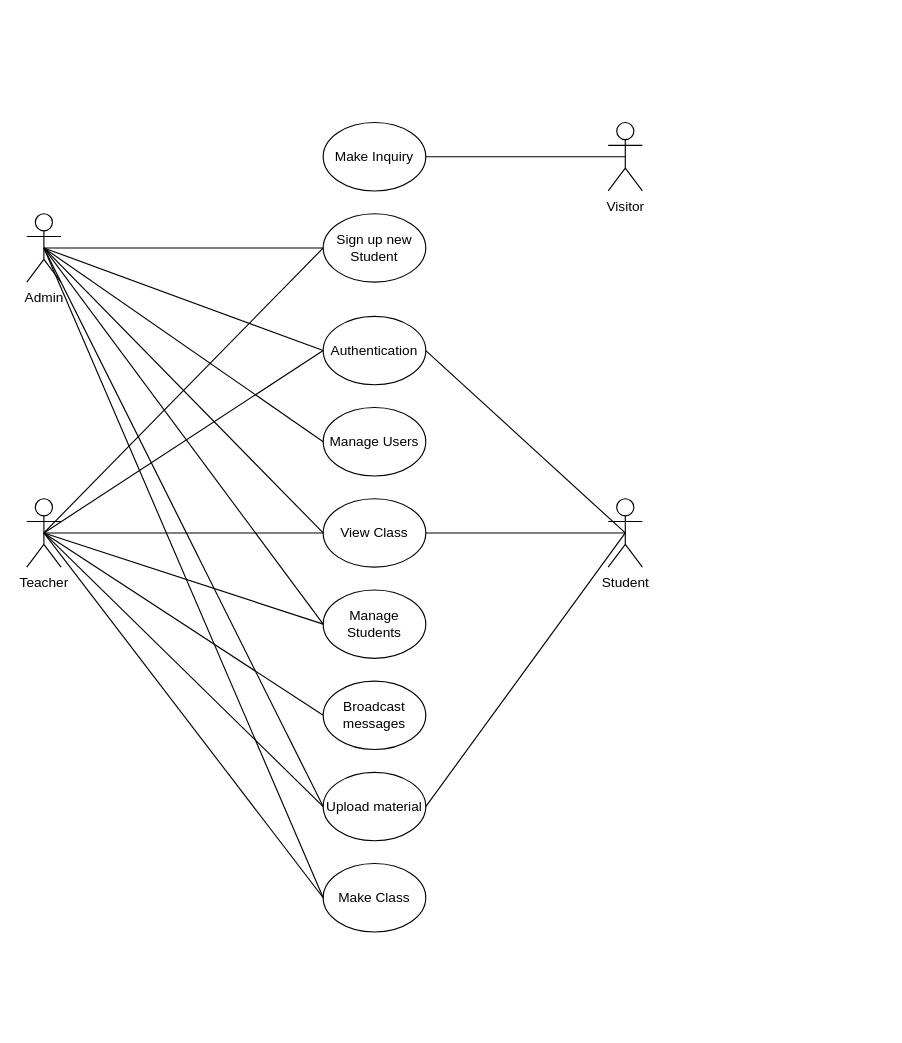
akshayvijaynair/music-academy-docs keeps this draw.io diagram as docs/assets/Use Case.drawio. Above is the earlier version. Source tidied: cells renumbered, new cells numbered last; positions are measured from the earlier drawing's top-left corner, leaving out a move shared by most shapes. Both pictures are drawn from the tidied source at 114%, with x=0, y=0 at pixel (26, 122).
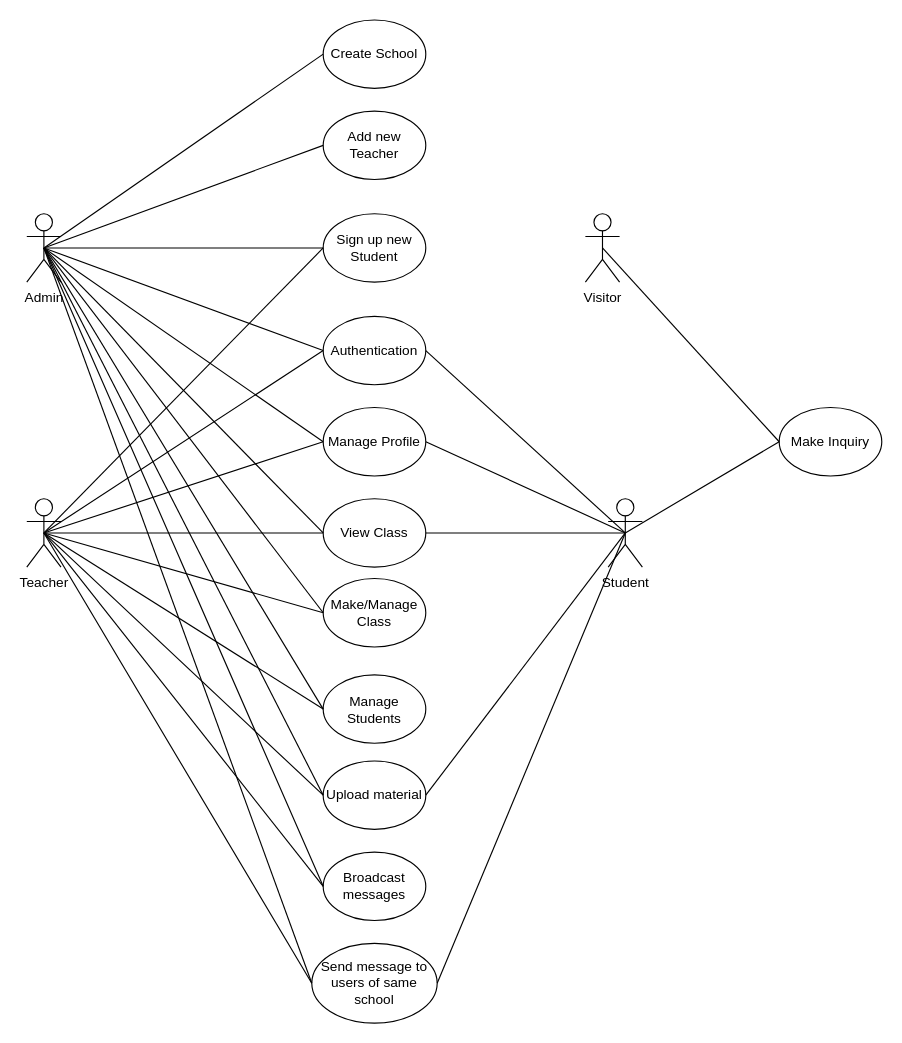
After the change.

Unchanged cells that the change refers to:
```xml
<mxCell id="7" value="Admin" style="shape=umlActor;verticalLabelPosition=bottom;verticalAlign=top;html=1;outlineConnect=0;" parent="1" vertex="1">
  <mxGeometry y="80" width="30" height="60" as="geometry" />
</mxCell>
<mxCell id="8" value="Teacher" style="shape=umlActor;verticalLabelPosition=bottom;verticalAlign=top;html=1;outlineConnect=0;" parent="1" vertex="1">
  <mxGeometry y="330" width="30" height="60" as="geometry" />
</mxCell>
<mxCell id="9" value="Student" style="shape=umlActor;verticalLabelPosition=bottom;verticalAlign=top;html=1;outlineConnect=0;" parent="1" vertex="1">
  <mxGeometry x="510" y="330" width="30" height="60" as="geometry" />
</mxCell>
```

The edit, as a diff of the source:
```diff
@@
-    <mxCell id="4" value="Manage Users" style="ellipse;whiteSpace=wrap;html=1;" parent="1" vertex="1">
+    <mxCell id="4" value="Manage Profile" style="ellipse;whiteSpace=wrap;html=1;" parent="1" vertex="1">
       <mxGeometry x="260" y="250" width="90" height="60" as="geometry" />
     </mxCell>
@@
     <mxCell id="6" value="Manage Students" style="ellipse;whiteSpace=wrap;html=1;" parent="1" vertex="1">
-      <mxGeometry x="260" y="410" width="90" height="60" as="geometry" />
+      <mxGeometry x="260" y="484.5" width="90" height="60" as="geometry" />
     </mxCell>
@@
     <mxCell id="10" value="Visitor" style="shape=umlActor;verticalLabelPosition=bottom;verticalAlign=top;html=1;outlineConnect=0;" parent="1" vertex="1">
-      <mxGeometry x="510" width="30" height="60" as="geometry" />
+      <mxGeometry x="490" y="80" width="30" height="60" as="geometry" />
     </mxCell>
@@
     <mxCell id="15" value="Make Inquiry" style="ellipse;whiteSpace=wrap;html=1;" parent="1" vertex="1">
-      <mxGeometry x="260" width="90" height="60" as="geometry" />
+      <mxGeometry x="660" y="250" width="90" height="60" as="geometry" />
     </mxCell>
-    <mxCell id="16" style="endArrow=none;html=1;rounded=0;exitX=1;exitY=0.5;exitDx=0;exitDy=0;entryX=0.5;entryY=0.5;entryDx=0;entryDy=0;entryPerimeter=0;" parent="1" edge="1" source="15" target="10">
+    <mxCell id="16" style="endArrow=none;html=1;rounded=0;entryX=0.5;entryY=0.5;entryDx=0;entryDy=0;entryPerimeter=0;exitX=0;exitY=0.5;exitDx=0;exitDy=0;" parent="1" edge="1" source="15" target="10">
       <mxGeometry relative="1" as="geometry" />
     </mxCell>
@@
     <mxCell id="23" value="Broadcast messages" style="ellipse;whiteSpace=wrap;html=1;" parent="1" vertex="1">
-      <mxGeometry x="260" y="490" width="90" height="60" as="geometry" />
+      <mxGeometry x="260" y="640" width="90" height="60" as="geometry" />
     </mxCell>
@@
     <mxCell id="25" value="Upload material" style="ellipse;whiteSpace=wrap;html=1;" parent="1" vertex="1">
-      <mxGeometry x="260" y="570" width="90" height="60" as="geometry" />
+      <mxGeometry x="260" y="560" width="90" height="60" as="geometry" />
     </mxCell>
@@
-    <mxCell id="28" style="endArrow=none;html=1;rounded=0;exitX=0.5;exitY=0.5;exitDx=0;exitDy=0;exitPerimeter=0;" parent="1" edge="1" source="7">
-      <mxGeometry relative="1" as="geometry">
-        <mxPoint x="260" y="440" as="targetPoint" />
-      </mxGeometry>
+    <mxCell id="28" style="endArrow=none;html=1;rounded=0;exitX=0.5;exitY=0.5;exitDx=0;exitDy=0;exitPerimeter=0;entryX=0;entryY=0.5;entryDx=0;entryDy=0;" parent="1" edge="1" source="7" target="6">
+      <mxGeometry relative="1" as="geometry" />
     </mxCell>
@@
-    <mxCell id="30" value="Make Class" style="ellipse;whiteSpace=wrap;html=1;" parent="1" vertex="1">
-      <mxGeometry x="260" y="650" width="90" height="60" as="geometry" />
+    <mxCell id="30" value="Make/Manage Class" style="ellipse;whiteSpace=wrap;html=1;" parent="1" vertex="1">
+      <mxGeometry x="260" y="400" width="90" height="60" as="geometry" />
     </mxCell>
@@
+    <mxCell id="33" value="Add new Teacher" style="ellipse;whiteSpace=wrap;html=1;" parent="1" vertex="1">
+      <mxGeometry x="260" y="-10" width="90" height="60" as="geometry" />
+    </mxCell>
+    <mxCell id="34" style="endArrow=none;html=1;rounded=0;exitX=0.5;exitY=0.5;exitDx=0;exitDy=0;exitPerimeter=0;entryX=0;entryY=0.5;entryDx=0;entryDy=0;" parent="1" edge="1" source="7" target="33">
+      <mxGeometry relative="1" as="geometry" />
+    </mxCell>
+    <mxCell id="35" value="Create School" style="ellipse;whiteSpace=wrap;html=1;" parent="1" vertex="1">
+      <mxGeometry x="260" y="-90" width="90" height="60" as="geometry" />
+    </mxCell>
+    <mxCell id="36" style="endArrow=none;html=1;rounded=0;exitX=0.5;exitY=0.5;exitDx=0;exitDy=0;exitPerimeter=0;entryX=0;entryY=0.5;entryDx=0;entryDy=0;" parent="1" edge="1" source="7" target="35">
+      <mxGeometry relative="1" as="geometry" />
+    </mxCell>
+    <mxCell id="37" style="endArrow=none;html=1;rounded=0;exitX=0;exitY=0.5;exitDx=0;exitDy=0;entryX=0.5;entryY=0.5;entryDx=0;entryDy=0;entryPerimeter=0;" parent="1" edge="1" source="15" target="9">
+      <mxGeometry relative="1" as="geometry" />
+    </mxCell>
+    <mxCell id="38" style="endArrow=none;html=1;rounded=0;exitX=1;exitY=0.5;exitDx=0;exitDy=0;entryX=0.5;entryY=0.5;entryDx=0;entryDy=0;entryPerimeter=0;" parent="1" edge="1" source="4" target="9">
+      <mxGeometry relative="1" as="geometry" />
+    </mxCell>
+    <mxCell id="39" value="Send message to users of same school" style="ellipse;whiteSpace=wrap;html=1;" parent="1" vertex="1">
+      <mxGeometry x="250" y="720" width="110" height="70" as="geometry" />
+    </mxCell>
+    <mxCell id="40" style="endArrow=none;html=1;rounded=0;entryX=0;entryY=0.5;entryDx=0;entryDy=0;exitX=0.5;exitY=0.5;exitDx=0;exitDy=0;exitPerimeter=0;" parent="1" edge="1" source="8" target="39">
+      <mxGeometry relative="1" as="geometry" />
+    </mxCell>
+    <mxCell id="41" style="endArrow=none;html=1;rounded=0;entryX=0;entryY=0.5;entryDx=0;entryDy=0;exitX=0.5;exitY=0.5;exitDx=0;exitDy=0;exitPerimeter=0;" parent="1" edge="1" source="7" target="39">
+      <mxGeometry relative="1" as="geometry" />
+    </mxCell>
+    <mxCell id="42" style="endArrow=none;html=1;rounded=0;exitX=0.5;exitY=0.5;exitDx=0;exitDy=0;exitPerimeter=0;entryX=0;entryY=0.5;entryDx=0;entryDy=0;" parent="1" edge="1" source="7" target="23">
+      <mxGeometry relative="1" as="geometry" />
+    </mxCell>
+    <mxCell id="43" style="endArrow=none;html=1;rounded=0;exitX=0.5;exitY=0.5;exitDx=0;exitDy=0;exitPerimeter=0;entryX=0;entryY=0.5;entryDx=0;entryDy=0;" parent="1" edge="1" source="8" target="4">
+      <mxGeometry relative="1" as="geometry" />
+    </mxCell>
+    <mxCell id="44" style="endArrow=none;html=1;rounded=0;exitX=1;exitY=0.5;exitDx=0;exitDy=0;entryX=0.5;entryY=0.5;entryDx=0;entryDy=0;entryPerimeter=0;" parent="1" edge="1" source="39" target="9">
+      <mxGeometry relative="1" as="geometry" />
+    </mxCell>
```
